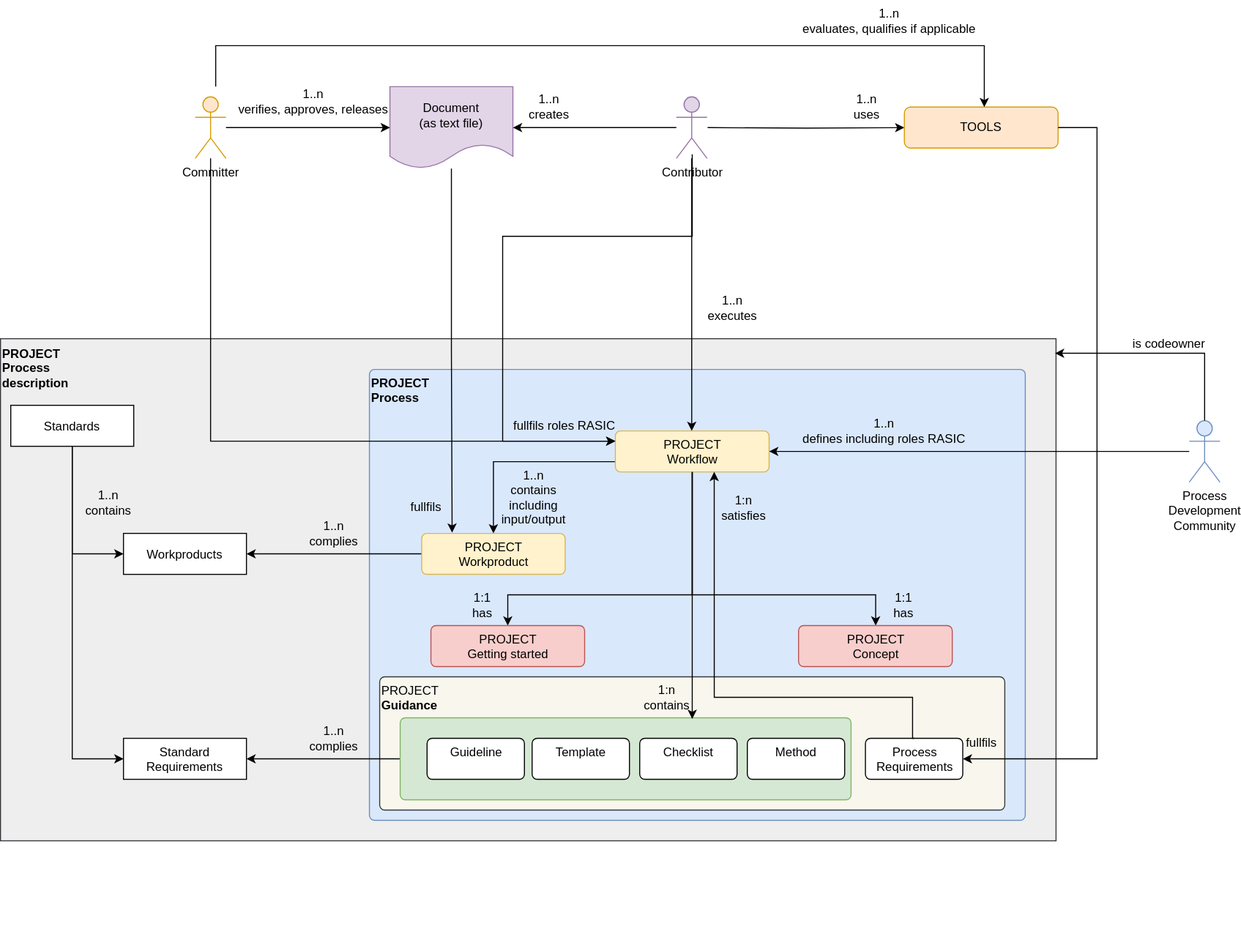
The draw.io diagram pr-424/_images/score_process_model.drawio.svg in eclipse-score/process_description, before a commit. Source tidied: cells renumbered, new cells last; positions are measured from the earlier drawing's top-left corner, leaving out a move shared by most shapes.
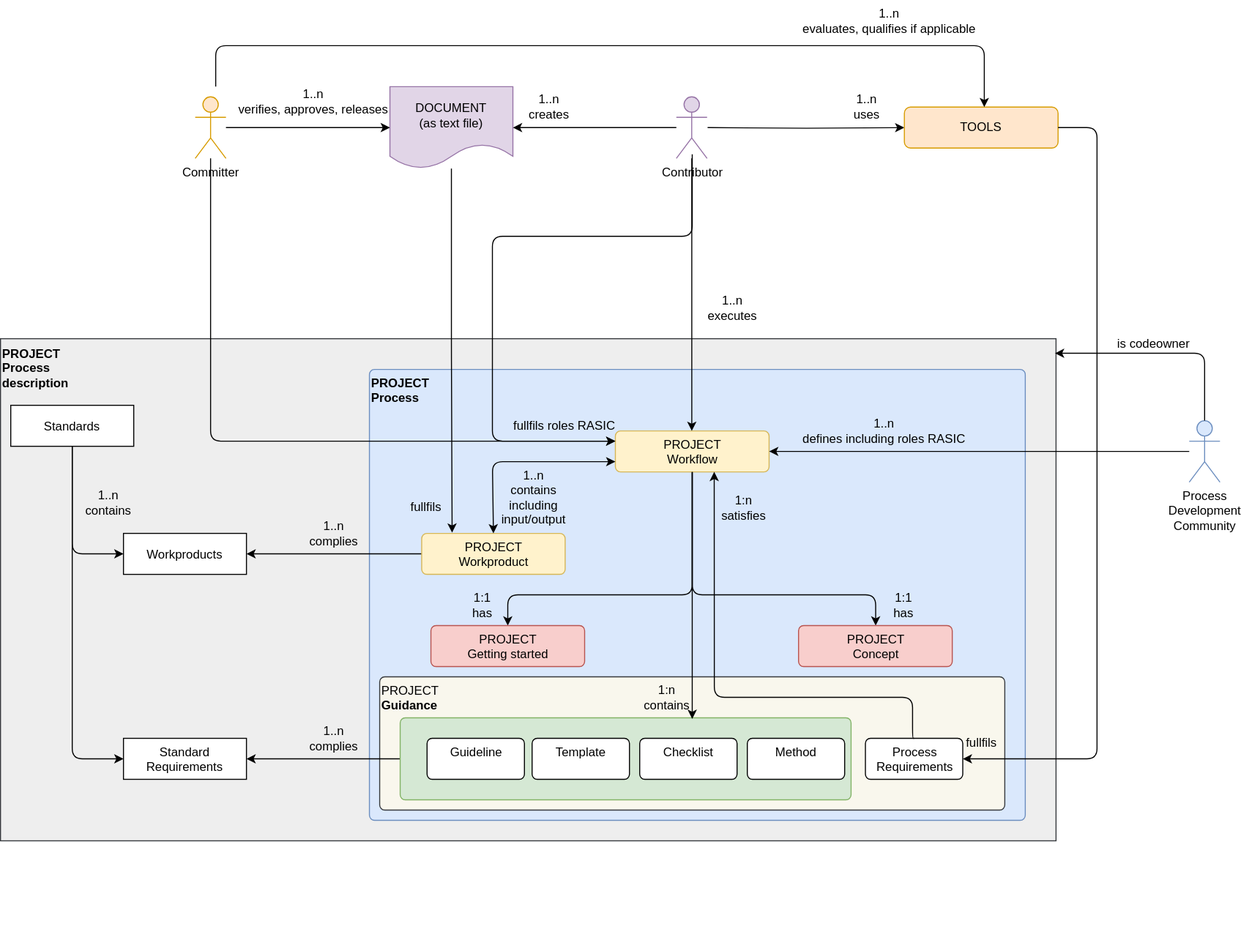
After the change.

Diff of the diagram source:
```diff
@@ -8,10 +8,10 @@
     <mxCell id="3" value="PROJECT&lt;br&gt;Process" style="html=1;align=left;verticalAlign=top;rounded=1;absoluteArcSize=1;arcSize=10;dashed=0;fillColor=#dae8fc;strokeColor=#6c8ebf;fontStyle=1;" parent="1" vertex="1">
       <mxGeometry x="360" y="360" width="640" height="440" as="geometry" />
     </mxCell>
-    <mxCell id="4" style="edgeStyle=orthogonalEdgeStyle;rounded=0;jettySize=auto;html=1;entryX=0;entryY=0.5;entryDx=0;entryDy=0;" parent="1" edge="1" source="6" target="7">
+    <mxCell id="4" style="edgeStyle=orthogonalEdgeStyle;rounded=1;jettySize=auto;html=1;entryX=0;entryY=0.5;entryDx=0;entryDy=0;curved=0;" parent="1" edge="1" source="6" target="7">
       <mxGeometry relative="1" as="geometry" />
     </mxCell>
-    <mxCell id="5" style="edgeStyle=orthogonalEdgeStyle;rounded=0;jettySize=auto;html=1;entryX=0;entryY=0.5;entryDx=0;entryDy=0;" parent="1" edge="1" source="6" target="8">
+    <mxCell id="5" style="edgeStyle=orthogonalEdgeStyle;rounded=1;jettySize=auto;html=1;entryX=0;entryY=0.5;entryDx=0;entryDy=0;curved=0;" parent="1" edge="1" source="6" target="8">
       <mxGeometry relative="1" as="geometry" />
     </mxCell>
     <mxCell id="6" value="Standards" style="fontStyle=0;" parent="1" vertex="1">
@@ -26,14 +26,7 @@
     <mxCell id="9" value="1..n&lt;br&gt;contains" style="text;html=1;align=center;verticalAlign=middle;strokeColor=none;fillColor=none;" parent="1" vertex="1">
       <mxGeometry x="70" y="470" width="70" height="40" as="geometry" />
     </mxCell>
-    <mxCell id="10" style="edgeStyle=orthogonalEdgeStyle;rounded=0;jettySize=auto;html=1;entryX=0.5;entryY=0;entryDx=0;entryDy=0;startArrow=none;startFill=0;endArrow=classic;endFill=1;exitX=0;exitY=0.75;exitDx=0;exitDy=0;" parent="1" edge="1" source="13" target="17">
-      <mxGeometry relative="1" as="geometry">
-        <Array as="points">
-          <mxPoint x="481" y="450" />
-        </Array>
-      </mxGeometry>
-    </mxCell>
-    <mxCell id="11" style="edgeStyle=orthogonalEdgeStyle;rounded=0;jettySize=auto;html=1;startArrow=none;startFill=0;endArrow=classic;endFill=1;" parent="1" edge="1" source="13" target="44">
+    <mxCell id="11" style="edgeStyle=orthogonalEdgeStyle;rounded=1;jettySize=auto;html=1;startArrow=none;startFill=0;endArrow=classic;endFill=1;curved=0;" parent="1" edge="1" source="13" target="44">
       <mxGeometry relative="1" as="geometry">
         <Array as="points">
           <mxPoint x="675" y="580" />
@@ -41,7 +34,7 @@
         </Array>
       </mxGeometry>
     </mxCell>
-    <mxCell id="12" style="edgeStyle=orthogonalEdgeStyle;rounded=0;jettySize=auto;html=1;entryX=0.5;entryY=0;entryDx=0;entryDy=0;startArrow=none;startFill=0;endArrow=classic;endFill=1;" parent="1" edge="1" source="13" target="45">
+    <mxCell id="12" style="edgeStyle=orthogonalEdgeStyle;rounded=1;jettySize=auto;html=1;entryX=0.5;entryY=0;entryDx=0;entryDy=0;startArrow=none;startFill=0;endArrow=classic;endFill=1;curved=0;" parent="1" edge="1" source="13" target="45">
       <mxGeometry relative="1" as="geometry">
         <Array as="points">
           <mxPoint x="675" y="580" />
@@ -90,10 +83,10 @@
         </Array>
       </mxGeometry>
     </mxCell>
-    <mxCell id="25" style="edgeStyle=orthogonalEdgeStyle;rounded=0;jettySize=auto;html=1;entryX=0.212;entryY=-0.018;entryDx=0;entryDy=0;entryPerimeter=0;" parent="1" edge="1" source="26" target="17">
+    <mxCell id="25" style="edgeStyle=orthogonalEdgeStyle;rounded=1;jettySize=auto;html=1;entryX=0.212;entryY=-0.018;entryDx=0;entryDy=0;entryPerimeter=0;curved=0;" parent="1" edge="1" source="26" target="17">
       <mxGeometry relative="1" as="geometry" />
     </mxCell>
-    <mxCell id="26" value="Document&lt;br&gt;(as text file)" style="shape=document;whiteSpace=wrap;html=1;boundedLbl=1;fillColor=#e1d5e7;strokeColor=#9673a6;" parent="1" vertex="1">
+    <mxCell id="26" value="DOCUMENT&lt;br&gt;(as text file)" style="shape=document;whiteSpace=wrap;html=1;boundedLbl=1;fillColor=#e1d5e7;strokeColor=#9673a6;" parent="1" vertex="1">
       <mxGeometry x="380" y="84" width="120" height="80" as="geometry" />
     </mxCell>
     <mxCell id="27" style="edgeStyle=orthogonalEdgeStyle;rounded=0;jettySize=auto;html=1;" parent="1" edge="1" source="28" target="26">
@@ -128,7 +121,7 @@
     <mxCell id="36" value="fullfils" style="text;html=1;align=center;verticalAlign=middle;strokeColor=none;fillColor=none;" parent="1" vertex="1">
       <mxGeometry x="932" y="710" width="50" height="30" as="geometry" />
     </mxCell>
-    <mxCell id="37" style="edgeStyle=orthogonalEdgeStyle;rounded=0;orthogonalLoop=1;jettySize=auto;html=1;endArrow=classic;endFill=1;startArrow=none;startFill=0;" parent="1" edge="1">
+    <mxCell id="37" style="edgeStyle=orthogonalEdgeStyle;rounded=1;orthogonalLoop=1;jettySize=auto;html=1;endArrow=classic;endFill=1;startArrow=none;startFill=0;curved=0;" parent="1" edge="1">
       <mxGeometry relative="1" as="geometry">
         <mxPoint x="210" y="84" as="sourcePoint" />
         <mxPoint x="960" y="104" as="targetPoint" />
@@ -144,7 +137,7 @@
     <mxCell id="39" value="Committer" style="shape=umlActor;verticalLabelPosition=bottom;verticalAlign=top;html=1;outlineConnect=0;fillColor=#ffe6cc;strokeColor=#d79b00;" parent="1" vertex="1">
       <mxGeometry x="190" y="94" width="30" height="60" as="geometry" />
     </mxCell>
-    <mxCell id="40" style="edgeStyle=orthogonalEdgeStyle;rounded=0;jettySize=auto;html=1;startArrow=none;startFill=0;endArrow=classic;endFill=1;entryX=0;entryY=0.25;entryDx=0;entryDy=0;" parent="1" edge="1" source="39" target="13">
+    <mxCell id="40" style="edgeStyle=orthogonalEdgeStyle;rounded=1;jettySize=auto;html=1;startArrow=none;startFill=0;endArrow=classic;endFill=1;entryX=0;entryY=0.25;entryDx=0;entryDy=0;curved=0;" parent="1" edge="1" source="39" target="13">
       <mxGeometry relative="1" as="geometry">
         <Array as="points">
           <mxPoint x="205" y="430" />
@@ -157,13 +150,13 @@
     <mxCell id="42" value="fullfils roles RASIC" style="text;html=1;align=center;verticalAlign=middle;strokeColor=none;fillColor=none;" parent="1" vertex="1">
       <mxGeometry x="490" y="400" width="120" height="30" as="geometry" />
     </mxCell>
-    <mxCell id="43" style="edgeStyle=orthogonalEdgeStyle;rounded=0;jettySize=auto;html=1;entryX=0;entryY=0.25;entryDx=0;entryDy=0;" parent="1" edge="1" target="13">
+    <mxCell id="43" style="edgeStyle=orthogonalEdgeStyle;rounded=1;jettySize=auto;html=1;entryX=0;entryY=0.25;entryDx=0;entryDy=0;curved=0;" parent="1" edge="1" target="13">
       <mxGeometry relative="1" as="geometry">
         <mxPoint x="675" y="150" as="sourcePoint" />
         <Array as="points">
           <mxPoint x="675" y="230" />
-          <mxPoint x="490" y="230" />
-          <mxPoint x="490" y="430" />
+          <mxPoint x="480" y="230" />
+          <mxPoint x="480" y="430" />
         </Array>
       </mxGeometry>
     </mxCell>
@@ -182,7 +175,7 @@
     <mxCell id="48" value="Process&lt;br&gt;Requirements" style="html=1;align=center;verticalAlign=top;rounded=1;absoluteArcSize=1;arcSize=10;dashed=0;" parent="1" vertex="1">
       <mxGeometry x="844" y="720" width="95" height="40" as="geometry" />
     </mxCell>
-    <mxCell id="49" style="edgeStyle=orthogonalEdgeStyle;rounded=0;jettySize=auto;html=1;entryX=1;entryY=0.5;entryDx=0;entryDy=0;startArrow=none;startFill=0;endArrow=classic;endFill=1;" parent="1" edge="1" source="35" target="48">
+    <mxCell id="49" style="edgeStyle=orthogonalEdgeStyle;rounded=1;jettySize=auto;html=1;entryX=1;entryY=0.5;entryDx=0;entryDy=0;startArrow=none;startFill=0;endArrow=classic;endFill=1;curved=0;" parent="1" edge="1" source="35" target="48">
       <mxGeometry relative="1" as="geometry">
         <Array as="points">
           <mxPoint x="1070" y="124" />
@@ -199,7 +192,7 @@
     <mxCell id="52" value="Guideline" style="html=1;align=center;verticalAlign=top;rounded=1;absoluteArcSize=1;arcSize=10;dashed=0;" parent="1" vertex="1">
       <mxGeometry x="416.2" y="720" width="95" height="40" as="geometry" />
     </mxCell>
-    <mxCell id="53" style="edgeStyle=orthogonalEdgeStyle;rounded=0;jettySize=auto;html=1;entryX=0.999;entryY=0.029;entryDx=0;entryDy=0;endArrow=classic;endFill=1;startArrow=none;startFill=0;entryPerimeter=0;exitX=0.5;exitY=0;exitDx=0;exitDy=0;exitPerimeter=0;" parent="1" edge="1" source="15" target="2">
+    <mxCell id="53" style="edgeStyle=orthogonalEdgeStyle;rounded=1;jettySize=auto;html=1;entryX=0.999;entryY=0.029;entryDx=0;entryDy=0;endArrow=classic;endFill=1;startArrow=none;startFill=0;entryPerimeter=0;exitX=0.5;exitY=0;exitDx=0;exitDy=0;exitPerimeter=0;curved=0;targetPerimeterSpacing=0;endSize=6;startSize=6;" parent="1" edge="1" source="15" target="2">
       <mxGeometry relative="1" as="geometry">
         <Array as="points">
           <mxPoint x="1175" y="344" />
@@ -207,7 +200,7 @@
       </mxGeometry>
     </mxCell>
     <mxCell id="54" value="is codeowner" style="text;html=1;align=center;verticalAlign=middle;strokeColor=none;fillColor=none;" parent="1" vertex="1">
-      <mxGeometry x="1095" y="320" width="90" height="30" as="geometry" />
+      <mxGeometry x="1080" y="320" width="90" height="30" as="geometry" />
     </mxCell>
     <mxCell id="55" style="edgeStyle=orthogonalEdgeStyle;rounded=0;jettySize=auto;html=1;exitX=0.5;exitY=1;exitDx=0;exitDy=0;" parent="1" edge="1" source="13">
       <mxGeometry relative="1" as="geometry">
@@ -226,7 +219,7 @@
     <mxCell id="58" value="1:n&lt;br&gt;contains" style="text;html=1;align=center;verticalAlign=middle;strokeColor=none;fillColor=none;" parent="1" vertex="1">
       <mxGeometry x="615" y="660" width="70" height="40" as="geometry" />
     </mxCell>
-    <mxCell id="59" style="edgeStyle=orthogonalEdgeStyle;rounded=0;jettySize=auto;html=1;exitX=0.5;exitY=0;exitDx=0;exitDy=0;entryX=0.643;entryY=0.999;entryDx=0;entryDy=0;entryPerimeter=0;" parent="1" edge="1" source="48" target="13">
+    <mxCell id="59" style="edgeStyle=orthogonalEdgeStyle;rounded=1;jettySize=auto;html=1;exitX=0.5;exitY=0;exitDx=0;exitDy=0;entryX=0.643;entryY=0.999;entryDx=0;entryDy=0;entryPerimeter=0;curved=0;" parent="1" edge="1" source="48" target="13">
       <mxGeometry relative="1" as="geometry">
         <Array as="points">
           <mxPoint x="890" y="720" />
@@ -238,5 +231,12 @@
     <mxCell id="60" value="1:n&lt;br&gt;satisfies" style="text;html=1;align=center;verticalAlign=middle;strokeColor=none;fillColor=none;" parent="1" vertex="1">
       <mxGeometry x="689.5" y="475" width="70" height="40" as="geometry" />
     </mxCell>
+    <mxCell id="61" style="endArrow=classic;startArrow=classic;html=1;entryX=0;entryY=0.75;entryDx=0;entryDy=0;exitX=0.5;exitY=0;exitDx=0;exitDy=0;" parent="1" edge="1" source="17" target="13">
+      <mxGeometry relative="1" as="geometry">
+        <Array as="points">
+          <mxPoint x="480" y="450" />
+        </Array>
+      </mxGeometry>
+    </mxCell>
   </root>
 </mxGraphModel>
```
